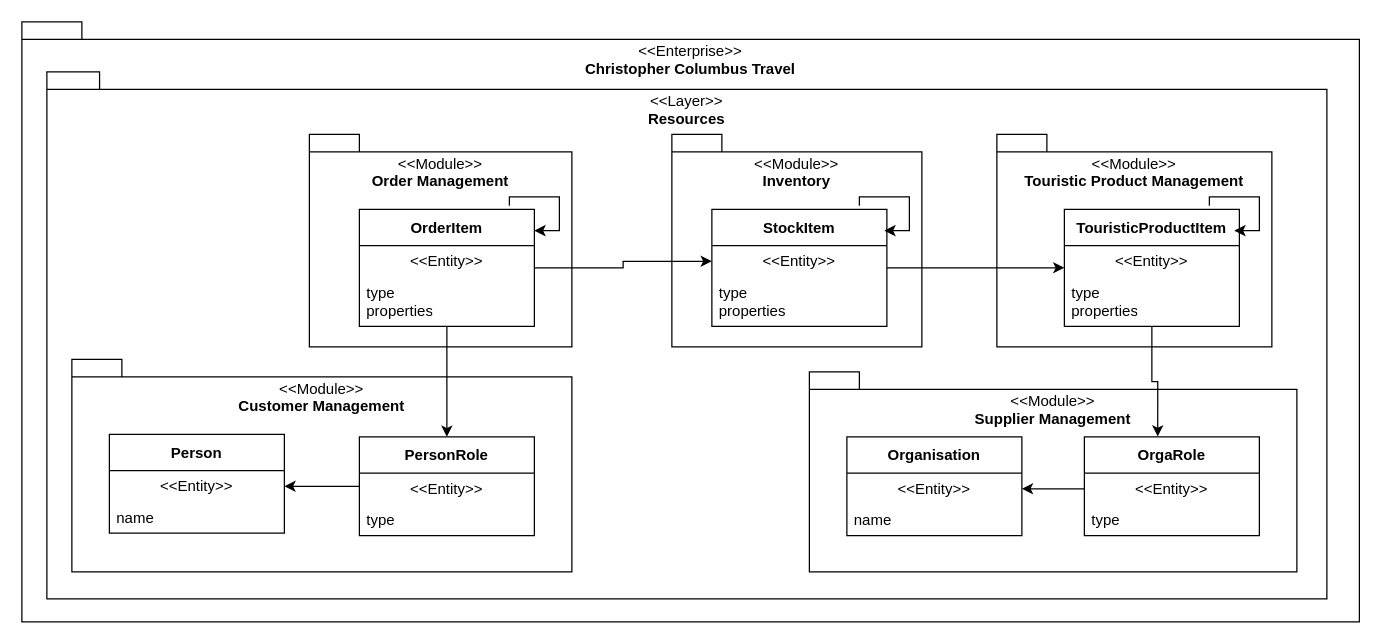
The draw.io diagram docs/architecture/data-model/data-model.drawio in hochschule-darmstadt/a3se_app, before the edit. Source tidied: cells renumbered, new cells numbered last; positions are measured from the earlier drawing's top-left corner, leaving out a move shared by most shapes. Both pictures are drawn from the tidied source at 125%, with x=0, y=0 at pixel (21, 21).
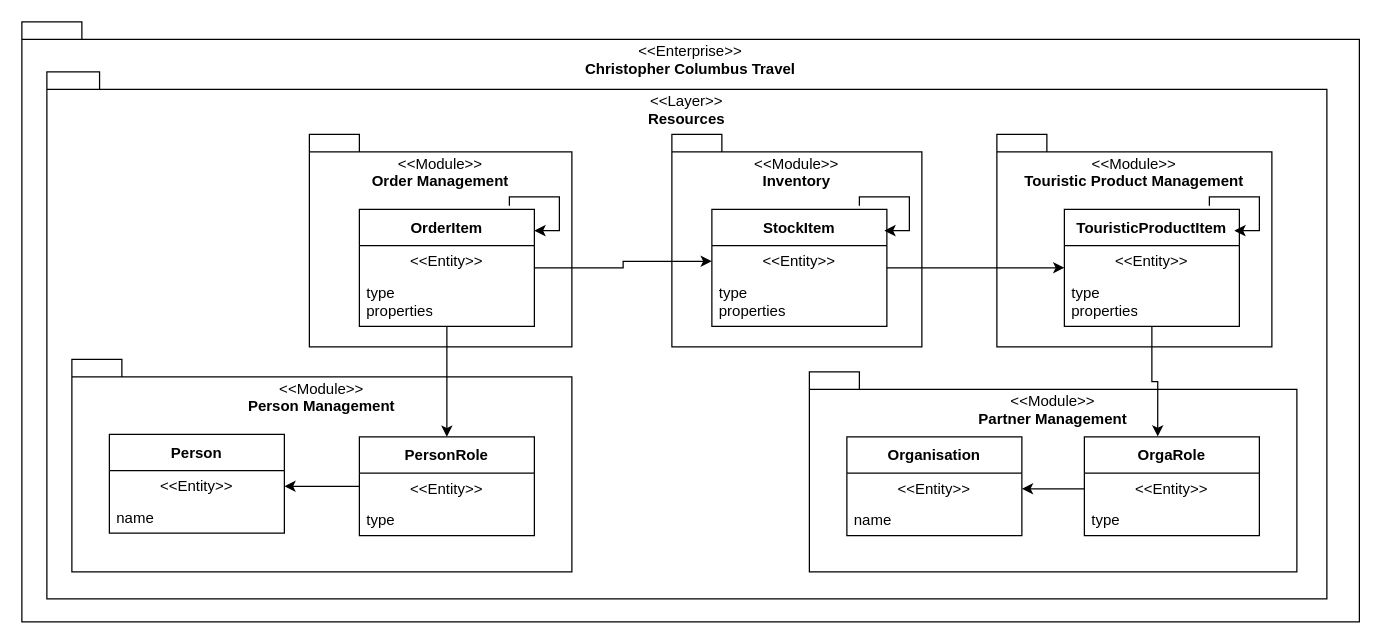
The same diagram, later.

Change to the diagram source:
```diff
@@
-    <mxCell id="4" value="&lt;span style=&quot;font-weight: normal;&quot;&gt;&amp;lt;&amp;lt;Module&amp;gt;&amp;gt;&lt;/span&gt;&lt;div&gt;Supplier Management&lt;/div&gt;" style="shape=folder;fontStyle=1;spacingTop=10;tabWidth=40;tabHeight=14;tabPosition=left;html=1;whiteSpace=wrap;align=center;verticalAlign=top;" parent="1" vertex="1">
+    <mxCell id="4" value="&lt;span style=&quot;font-weight: normal;&quot;&gt;&amp;lt;&amp;lt;Module&amp;gt;&amp;gt;&lt;/span&gt;&lt;div&gt;Partner Management&lt;/div&gt;" style="shape=folder;fontStyle=1;spacingTop=10;tabWidth=40;tabHeight=14;tabPosition=left;html=1;whiteSpace=wrap;align=center;verticalAlign=top;" parent="1" vertex="1">
       <mxGeometry x="630" y="280" width="390" height="160" as="geometry" />
     </mxCell>
@@
-    <mxCell id="6" value="&lt;span style=&quot;font-weight: normal;&quot;&gt;&amp;lt;&amp;lt;Module&amp;gt;&amp;gt;&lt;/span&gt;&lt;div&gt;Customer Management&lt;/div&gt;" style="shape=folder;fontStyle=1;spacingTop=10;tabWidth=40;tabHeight=14;tabPosition=left;html=1;whiteSpace=wrap;align=center;verticalAlign=top;" parent="1" vertex="1">
+    <mxCell id="6" value="&lt;span style=&quot;font-weight: normal;&quot;&gt;&amp;lt;&amp;lt;Module&amp;gt;&amp;gt;&lt;/span&gt;&lt;div&gt;Person Management&lt;/div&gt;" style="shape=folder;fontStyle=1;spacingTop=10;tabWidth=40;tabHeight=14;tabPosition=left;html=1;whiteSpace=wrap;align=center;verticalAlign=top;" parent="1" vertex="1">
       <mxGeometry x="40" y="270" width="400" height="170" as="geometry" />
     </mxCell>
```
